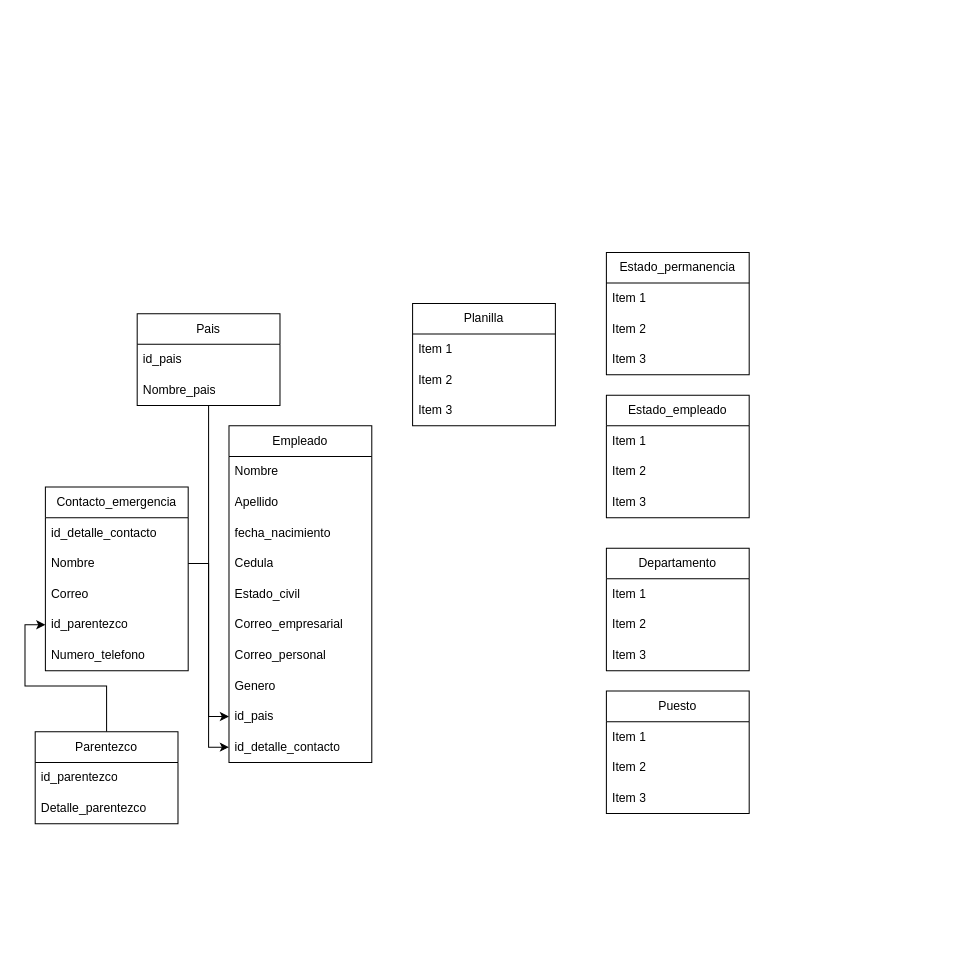
Earlier version of the draw.io diagram HR/HR_diagram.drawio (Warrgonz/SQL-Practices). Source tidied: cells renumbered, new cells numbered last; positions are measured from the earlier drawing's top-left corner, leaving out a move shared by most shapes. Both pictures are drawn from the tidied source at 102%, with x=0, y=0 at pixel (35, 252).
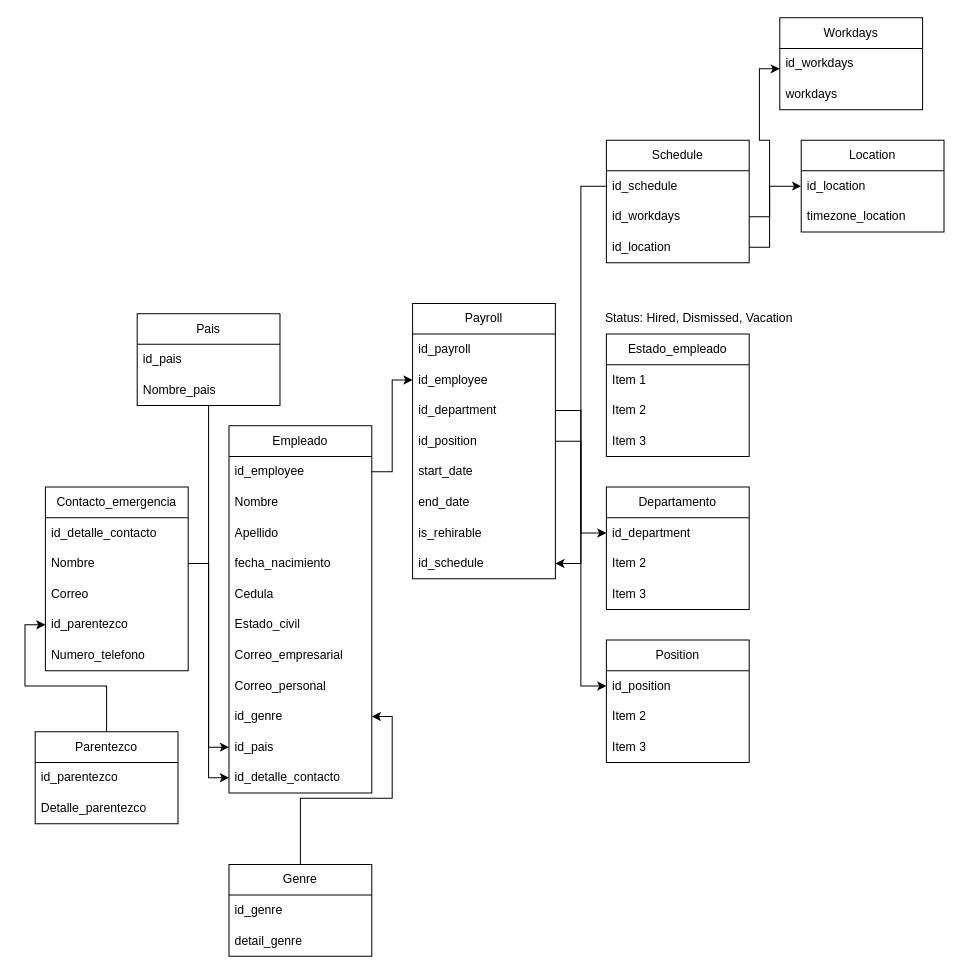
The same page after the edit.

The edit, as a diff of the source:
```diff
@@
     <mxCell id="2" value="Empleado" style="swimlane;fontStyle=0;horizontal=1;startSize=30;whiteSpace=wrap;html=1;" parent="1" vertex="1">
-      <mxGeometry x="190" y="170" width="140" height="330" as="geometry" />
+      <mxGeometry x="190" y="170" width="140" height="360" as="geometry" />
     </mxCell>
-    <mxCell id="3" value="Nombre" style="text;strokeColor=none;fillColor=none;align=left;verticalAlign=middle;spacingLeft=4;spacingRight=4;overflow=hidden;points=[[0,0.5],[1,0.5]];portConstraint=eastwest;whiteSpace=wrap;html=1;" parent="2" vertex="1">
+    <mxCell id="3" value="id_employee" style="text;strokeColor=none;fillColor=none;align=left;verticalAlign=middle;spacingLeft=4;spacingRight=4;overflow=hidden;points=[[0,0.5],[1,0.5]];portConstraint=eastwest;whiteSpace=wrap;html=1;" parent="2" vertex="1">
       <mxGeometry y="30" width="140" height="30" as="geometry" />
     </mxCell>
+    <mxCell id="48" value="Nombre" style="text;strokeColor=none;fillColor=none;align=left;verticalAlign=middle;spacingLeft=4;spacingRight=4;overflow=hidden;whiteSpace=wrap;html=1;" parent="2" vertex="1">
+      <mxGeometry y="60" width="140" height="30" as="geometry" />
+    </mxCell>
     <mxCell id="4" value="Apellido" style="text;strokeColor=none;fillColor=none;align=left;verticalAlign=middle;spacingLeft=4;spacingRight=4;overflow=hidden;whiteSpace=wrap;html=1;" parent="2" vertex="1">
-      <mxGeometry y="60" width="140" height="30" as="geometry" />
+      <mxGeometry y="90" width="140" height="30" as="geometry" />
     </mxCell>
     <mxCell id="5" value="fecha_nacimiento" style="text;strokeColor=none;fillColor=none;align=left;verticalAlign=middle;spacingLeft=4;spacingRight=4;overflow=hidden;whiteSpace=wrap;html=1;" parent="2" vertex="1">
-      <mxGeometry y="90" width="140" height="30" as="geometry" />
+      <mxGeometry y="120" width="140" height="30" as="geometry" />
     </mxCell>
     <mxCell id="6" value="Cedula" style="text;strokeColor=none;fillColor=none;align=left;verticalAlign=middle;spacingLeft=4;spacingRight=4;overflow=hidden;whiteSpace=wrap;html=1;" parent="2" vertex="1">
-      <mxGeometry y="120" width="140" height="30" as="geometry" />
+      <mxGeometry y="150" width="140" height="30" as="geometry" />
     </mxCell>
     <mxCell id="7" value="Estado_civil" style="text;strokeColor=none;fillColor=none;align=left;verticalAlign=middle;spacingLeft=4;spacingRight=4;overflow=hidden;whiteSpace=wrap;html=1;" parent="2" vertex="1">
-      <mxGeometry y="150" width="140" height="30" as="geometry" />
+      <mxGeometry y="180" width="140" height="30" as="geometry" />
     </mxCell>
     <mxCell id="8" value="Correo_empresarial" style="text;strokeColor=none;fillColor=none;align=left;verticalAlign=middle;spacingLeft=4;spacingRight=4;overflow=hidden;whiteSpace=wrap;html=1;" parent="2" vertex="1">
-      <mxGeometry y="180" width="140" height="30" as="geometry" />
+      <mxGeometry y="210" width="140" height="30" as="geometry" />
     </mxCell>
     <mxCell id="9" value="Correo_personal" style="text;strokeColor=none;fillColor=none;align=left;verticalAlign=middle;spacingLeft=4;spacingRight=4;overflow=hidden;whiteSpace=wrap;html=1;" parent="2" vertex="1">
-      <mxGeometry y="210" width="140" height="30" as="geometry" />
+      <mxGeometry y="240" width="140" height="30" as="geometry" />
     </mxCell>
-    <mxCell id="10" value="Genero" style="text;strokeColor=none;fillColor=none;align=left;verticalAlign=middle;spacingLeft=4;spacingRight=4;overflow=hidden;points=[[0,0.5],[1,0.5]];portConstraint=eastwest;whiteSpace=wrap;html=1;" parent="2" vertex="1">
-      <mxGeometry y="240" width="140" height="30" as="geometry" />
+    <mxCell id="10" value="id_genre" style="text;strokeColor=none;fillColor=none;align=left;verticalAlign=middle;spacingLeft=4;spacingRight=4;overflow=hidden;points=[[0,0.5],[1,0.5]];portConstraint=eastwest;whiteSpace=wrap;html=1;" parent="2" vertex="1">
+      <mxGeometry y="270" width="140" height="30" as="geometry" />
     </mxCell>
     <mxCell id="11" value="id_pais" style="text;strokeColor=none;fillColor=none;align=left;verticalAlign=middle;spacingLeft=4;spacingRight=4;overflow=hidden;points=[[0,0.5],[1,0.5]];portConstraint=eastwest;whiteSpace=wrap;html=1;" parent="2" vertex="1">
-      <mxGeometry y="270" width="140" height="30" as="geometry" />
+      <mxGeometry y="300" width="140" height="30" as="geometry" />
     </mxCell>
     <mxCell id="12" value="id_detalle_contacto" style="text;strokeColor=none;fillColor=none;align=left;verticalAlign=middle;spacingLeft=4;spacingRight=4;overflow=hidden;points=[[0,0.5],[1,0.5]];portConstraint=eastwest;whiteSpace=wrap;html=1;" parent="2" vertex="1">
-      <mxGeometry y="300" width="140" height="30" as="geometry" />
+      <mxGeometry y="330" width="140" height="30" as="geometry" />
     </mxCell>
-    <mxCell id="13" value="Planilla" style="swimlane;fontStyle=0;horizontal=1;startSize=30;whiteSpace=wrap;html=1;" parent="1" vertex="1">
-      <mxGeometry x="370" y="50" width="140" height="120" as="geometry" />
+    <mxCell id="13" value="Payroll" style="swimlane;fontStyle=0;horizontal=1;startSize=30;whiteSpace=wrap;html=1;" parent="1" vertex="1">
+      <mxGeometry x="370" y="50" width="140" height="270" as="geometry" />
     </mxCell>
-    <mxCell id="14" value="Item 1" style="text;strokeColor=none;fillColor=none;align=left;verticalAlign=middle;spacingLeft=4;spacingRight=4;overflow=hidden;whiteSpace=wrap;html=1;" parent="13" vertex="1">
+    <mxCell id="14" value="id_payroll" style="text;strokeColor=none;fillColor=none;align=left;verticalAlign=middle;spacingLeft=4;spacingRight=4;overflow=hidden;whiteSpace=wrap;html=1;" parent="13" vertex="1">
       <mxGeometry y="30" width="140" height="30" as="geometry" />
     </mxCell>
-    <mxCell id="15" value="Item 2" style="text;strokeColor=none;fillColor=none;align=left;verticalAlign=middle;spacingLeft=4;spacingRight=4;overflow=hidden;points=[[0,0.5],[1,0.5]];portConstraint=eastwest;whiteSpace=wrap;html=1;" parent="13" vertex="1">
+    <mxCell id="15" value="id_employee" style="text;strokeColor=none;fillColor=none;align=left;verticalAlign=middle;spacingLeft=4;spacingRight=4;overflow=hidden;points=[[0,0.5],[1,0.5]];portConstraint=eastwest;whiteSpace=wrap;html=1;" parent="13" vertex="1">
       <mxGeometry y="60" width="140" height="30" as="geometry" />
     </mxCell>
-    <mxCell id="16" value="Item 3" style="text;strokeColor=none;fillColor=none;align=left;verticalAlign=middle;spacingLeft=4;spacingRight=4;overflow=hidden;points=[[0,0.5],[1,0.5]];portConstraint=eastwest;whiteSpace=wrap;html=1;" parent="13" vertex="1">
+    <mxCell id="16" value="id_department" style="text;strokeColor=none;fillColor=none;align=left;verticalAlign=middle;spacingLeft=4;spacingRight=4;overflow=hidden;points=[[0,0.5],[1,0.5]];portConstraint=eastwest;whiteSpace=wrap;html=1;" parent="13" vertex="1">
       <mxGeometry y="90" width="140" height="30" as="geometry" />
     </mxCell>
+    <mxCell id="49" value="id_position" style="text;strokeColor=none;fillColor=none;align=left;verticalAlign=middle;spacingLeft=4;spacingRight=4;overflow=hidden;points=[[0,0.5],[1,0.5]];portConstraint=eastwest;whiteSpace=wrap;html=1;" parent="13" vertex="1">
+      <mxGeometry y="120" width="140" height="30" as="geometry" />
+    </mxCell>
+    <mxCell id="50" value="start_date" style="text;strokeColor=none;fillColor=none;align=left;verticalAlign=middle;spacingLeft=4;spacingRight=4;overflow=hidden;whiteSpace=wrap;html=1;" parent="13" vertex="1">
+      <mxGeometry y="150" width="140" height="30" as="geometry" />
+    </mxCell>
+    <mxCell id="51" value="end_date" style="text;strokeColor=none;fillColor=none;align=left;verticalAlign=middle;spacingLeft=4;spacingRight=4;overflow=hidden;whiteSpace=wrap;html=1;" parent="13" vertex="1">
+      <mxGeometry y="180" width="140" height="30" as="geometry" />
+    </mxCell>
+    <mxCell id="52" value="is_rehirable" style="text;strokeColor=none;fillColor=none;align=left;verticalAlign=middle;spacingLeft=4;spacingRight=4;overflow=hidden;whiteSpace=wrap;html=1;" parent="13" vertex="1">
+      <mxGeometry y="210" width="140" height="30" as="geometry" />
+    </mxCell>
+    <mxCell id="53" value="id_schedule" style="text;strokeColor=none;fillColor=none;align=left;verticalAlign=middle;spacingLeft=4;spacingRight=4;overflow=hidden;points=[[0,0.5],[1,0.5]];portConstraint=eastwest;whiteSpace=wrap;html=1;" parent="13" vertex="1">
+      <mxGeometry y="240" width="140" height="30" as="geometry" />
+    </mxCell>
@@
     <mxCell id="32" value="Estado_empleado" style="swimlane;fontStyle=0;horizontal=1;startSize=30;whiteSpace=wrap;html=1;" parent="1" vertex="1">
-      <mxGeometry x="560" y="140" width="140" height="120" as="geometry" />
+      <mxGeometry x="560" y="80" width="140" height="120" as="geometry" />
     </mxCell>
@@
     <mxCell id="36" value="Departamento" style="swimlane;fontStyle=0;horizontal=1;startSize=30;whiteSpace=wrap;html=1;" parent="1" vertex="1">
-      <mxGeometry x="560" y="290" width="140" height="120" as="geometry" />
+      <mxGeometry x="560" y="230" width="140" height="120" as="geometry" />
     </mxCell>
-    <mxCell id="37" value="Item 1" style="text;strokeColor=none;fillColor=none;align=left;verticalAlign=middle;spacingLeft=4;spacingRight=4;overflow=hidden;points=[[0,0.5],[1,0.5]];portConstraint=eastwest;whiteSpace=wrap;html=1;" parent="36" vertex="1">
+    <mxCell id="37" value="id_department" style="text;strokeColor=none;fillColor=none;align=left;verticalAlign=middle;spacingLeft=4;spacingRight=4;overflow=hidden;points=[[0,0.5],[1,0.5]];portConstraint=eastwest;whiteSpace=wrap;html=1;" parent="36" vertex="1">
       <mxGeometry y="30" width="140" height="30" as="geometry" />
     </mxCell>
@@
-    <mxCell id="40" value="Puesto" style="swimlane;fontStyle=0;horizontal=1;startSize=30;whiteSpace=wrap;html=1;" parent="1" vertex="1">
-      <mxGeometry x="560" y="430" width="140" height="120" as="geometry" />
+    <mxCell id="40" value="Position" style="swimlane;fontStyle=0;horizontal=1;startSize=30;whiteSpace=wrap;html=1;" parent="1" vertex="1">
+      <mxGeometry x="560" y="380" width="140" height="120" as="geometry" />
     </mxCell>
-    <mxCell id="41" value="Item 1" style="text;strokeColor=none;fillColor=none;align=left;verticalAlign=middle;spacingLeft=4;spacingRight=4;overflow=hidden;points=[[0,0.5],[1,0.5]];portConstraint=eastwest;whiteSpace=wrap;html=1;" parent="40" vertex="1">
+    <mxCell id="41" value="id_position" style="text;strokeColor=none;fillColor=none;align=left;verticalAlign=middle;spacingLeft=4;spacingRight=4;overflow=hidden;points=[[0,0.5],[1,0.5]];portConstraint=eastwest;whiteSpace=wrap;html=1;" parent="40" vertex="1">
       <mxGeometry y="30" width="140" height="30" as="geometry" />
     </mxCell>
@@
-    <mxCell id="44" value="Estado_permanencia" style="swimlane;fontStyle=0;horizontal=1;startSize=30;whiteSpace=wrap;html=1;" parent="1" vertex="1">
-      <mxGeometry x="560" width="140" height="120" as="geometry" />
-    </mxCell>
-    <mxCell id="45" value="Item 1" style="text;strokeColor=none;fillColor=none;align=left;verticalAlign=middle;spacingLeft=4;spacingRight=4;overflow=hidden;whiteSpace=wrap;html=1;" parent="44" vertex="1">
-      <mxGeometry y="30" width="140" height="30" as="geometry" />
-    </mxCell>
-    <mxCell id="46" value="Item 2" style="text;strokeColor=none;fillColor=none;align=left;verticalAlign=middle;spacingLeft=4;spacingRight=4;overflow=hidden;whiteSpace=wrap;html=1;" parent="44" vertex="1">
-      <mxGeometry y="60" width="140" height="30" as="geometry" />
-    </mxCell>
-    <mxCell id="47" value="Item 3" style="text;strokeColor=none;fillColor=none;align=left;verticalAlign=middle;spacingLeft=4;spacingRight=4;overflow=hidden;whiteSpace=wrap;html=1;" parent="44" vertex="1">
-      <mxGeometry y="90" width="140" height="30" as="geometry" />
-    </mxCell>
+    <mxCell id="54" value="Status: Hired, Dismissed, Vacation" style="text;html=1;whiteSpace=wrap;strokeColor=none;fillColor=none;align=center;verticalAlign=middle;rounded=0;" parent="1" vertex="1">
+      <mxGeometry x="551" y="50" width="200" height="30" as="geometry" />
+    </mxCell>
+    <mxCell id="55" style="edgeStyle=orthogonalEdgeStyle;rounded=0;jettySize=auto;html=1;entryX=0;entryY=0.5;entryDx=0;entryDy=0;" parent="1" edge="1" source="3" target="15">
+      <mxGeometry relative="1" as="geometry" />
+    </mxCell>
+    <mxCell id="56" style="edgeStyle=orthogonalEdgeStyle;rounded=0;jettySize=auto;html=1;entryX=0;entryY=0.5;entryDx=0;entryDy=0;" parent="1" edge="1" source="16" target="37">
+      <mxGeometry relative="1" as="geometry" />
+    </mxCell>
+    <mxCell id="57" style="edgeStyle=orthogonalEdgeStyle;rounded=0;jettySize=auto;html=1;entryX=0;entryY=0.5;entryDx=0;entryDy=0;" parent="1" edge="1" source="49" target="41">
+      <mxGeometry relative="1" as="geometry" />
+    </mxCell>
+    <mxCell id="58" style="edgeStyle=orthogonalEdgeStyle;rounded=0;jettySize=auto;html=1;entryX=1;entryY=0.5;entryDx=0;entryDy=0;" parent="1" edge="1" source="59" target="10">
+      <mxGeometry relative="1" as="geometry" />
+    </mxCell>
+    <mxCell id="59" value="Genre" style="swimlane;fontStyle=0;horizontal=1;startSize=30;whiteSpace=wrap;html=1;" parent="1" vertex="1">
+      <mxGeometry x="190" y="600" width="140" height="90" as="geometry" />
+    </mxCell>
+    <mxCell id="60" value="id_genre" style="text;strokeColor=none;fillColor=none;align=left;verticalAlign=middle;spacingLeft=4;spacingRight=4;overflow=hidden;whiteSpace=wrap;html=1;" parent="59" vertex="1">
+      <mxGeometry y="30" width="140" height="30" as="geometry" />
+    </mxCell>
+    <mxCell id="61" value="detail_genre" style="text;strokeColor=none;fillColor=none;align=left;verticalAlign=middle;spacingLeft=4;spacingRight=4;overflow=hidden;whiteSpace=wrap;html=1;" parent="59" vertex="1">
+      <mxGeometry y="60" width="140" height="30" as="geometry" />
+    </mxCell>
+    <mxCell id="62" value="Schedule" style="swimlane;fontStyle=0;horizontal=1;startSize=30;whiteSpace=wrap;html=1;" parent="1" vertex="1">
+      <mxGeometry x="560" y="-110" width="140" height="120" as="geometry" />
+    </mxCell>
+    <mxCell id="63" value="id_schedule" style="text;strokeColor=none;fillColor=none;align=left;verticalAlign=middle;spacingLeft=4;spacingRight=4;overflow=hidden;points=[[0,0.5],[1,0.5]];portConstraint=eastwest;whiteSpace=wrap;html=1;" parent="62" vertex="1">
+      <mxGeometry y="30" width="140" height="30" as="geometry" />
+    </mxCell>
+    <mxCell id="64" value="id_workdays" style="text;strokeColor=none;fillColor=none;align=left;verticalAlign=middle;spacingLeft=4;spacingRight=4;overflow=hidden;points=[[0,0.5],[1,0.5]];portConstraint=eastwest;whiteSpace=wrap;html=1;" parent="62" vertex="1">
+      <mxGeometry y="60" width="140" height="30" as="geometry" />
+    </mxCell>
+    <mxCell id="65" value="id_location" style="text;strokeColor=none;fillColor=none;align=left;verticalAlign=middle;spacingLeft=4;spacingRight=4;overflow=hidden;points=[[0,0.5],[1,0.5]];portConstraint=eastwest;whiteSpace=wrap;html=1;" parent="62" vertex="1">
+      <mxGeometry y="90" width="140" height="30" as="geometry" />
+    </mxCell>
+    <mxCell id="66" style="edgeStyle=orthogonalEdgeStyle;rounded=0;jettySize=auto;html=1;" parent="1" edge="1" source="63" target="53">
+      <mxGeometry relative="1" as="geometry" />
+    </mxCell>
+    <mxCell id="67" value="Location" style="swimlane;fontStyle=0;horizontal=1;startSize=30;whiteSpace=wrap;html=1;" parent="1" vertex="1">
+      <mxGeometry x="751" y="-110" width="140" height="90" as="geometry" />
+    </mxCell>
+    <mxCell id="68" value="id_location" style="text;strokeColor=none;fillColor=none;align=left;verticalAlign=middle;spacingLeft=4;spacingRight=4;overflow=hidden;points=[[0,0.5],[1,0.5]];portConstraint=eastwest;whiteSpace=wrap;html=1;" parent="67" vertex="1">
+      <mxGeometry y="30" width="140" height="30" as="geometry" />
+    </mxCell>
+    <mxCell id="69" value="timezone_location" style="text;strokeColor=none;fillColor=none;align=left;verticalAlign=middle;spacingLeft=4;spacingRight=4;overflow=hidden;whiteSpace=wrap;html=1;" parent="67" vertex="1">
+      <mxGeometry y="60" width="140" height="30" as="geometry" />
+    </mxCell>
+    <mxCell id="70" style="edgeStyle=orthogonalEdgeStyle;rounded=0;jettySize=auto;html=1;entryX=0;entryY=0.5;entryDx=0;entryDy=0;" parent="1" edge="1" source="65" target="68">
+      <mxGeometry relative="1" as="geometry">
+        <Array as="points">
+          <mxPoint x="720" y="-5" />
+          <mxPoint x="720" y="-65" />
+        </Array>
+      </mxGeometry>
+    </mxCell>
+    <mxCell id="71" value="Workdays" style="swimlane;fontStyle=0;horizontal=1;startSize=30;whiteSpace=wrap;html=1;" parent="1" vertex="1">
+      <mxGeometry x="730" y="-230" width="140" height="90" as="geometry" />
+    </mxCell>
+    <mxCell id="72" value="id_workdays" style="text;strokeColor=none;fillColor=none;align=left;verticalAlign=middle;spacingLeft=4;spacingRight=4;overflow=hidden;points=[[0,0.5],[1,0.5]];portConstraint=eastwest;whiteSpace=wrap;html=1;" parent="71" vertex="1">
+      <mxGeometry y="30" width="140" height="30" as="geometry" />
+    </mxCell>
+    <mxCell id="73" value="workdays" style="text;strokeColor=none;fillColor=none;align=left;verticalAlign=middle;spacingLeft=4;spacingRight=4;overflow=hidden;whiteSpace=wrap;html=1;" parent="71" vertex="1">
+      <mxGeometry y="60" width="140" height="30" as="geometry" />
+    </mxCell>
+    <mxCell id="74" style="edgeStyle=orthogonalEdgeStyle;rounded=0;jettySize=auto;html=1;entryX=0;entryY=0.667;entryDx=0;entryDy=0;entryPerimeter=0;" parent="1" edge="1" source="64" target="72">
+      <mxGeometry relative="1" as="geometry" />
+    </mxCell>
```
